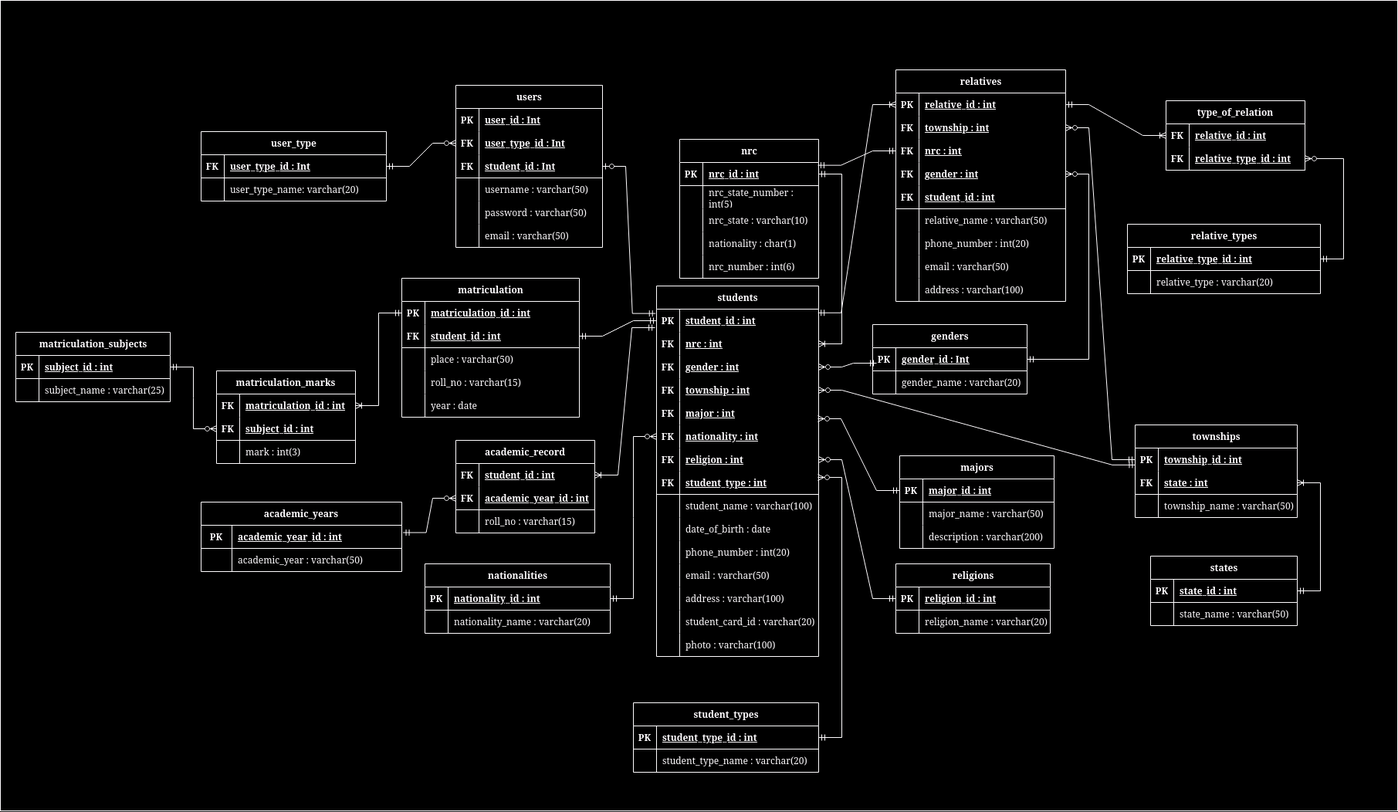
The draw.io diagram database/database.drawio.png in shinjir0u/StudentRegistrationSystem, before a commit. Source tidied: cells renumbered, new cells last; positions are measured from the earlier drawing's top-left corner, leaving out a move shared by most shapes.
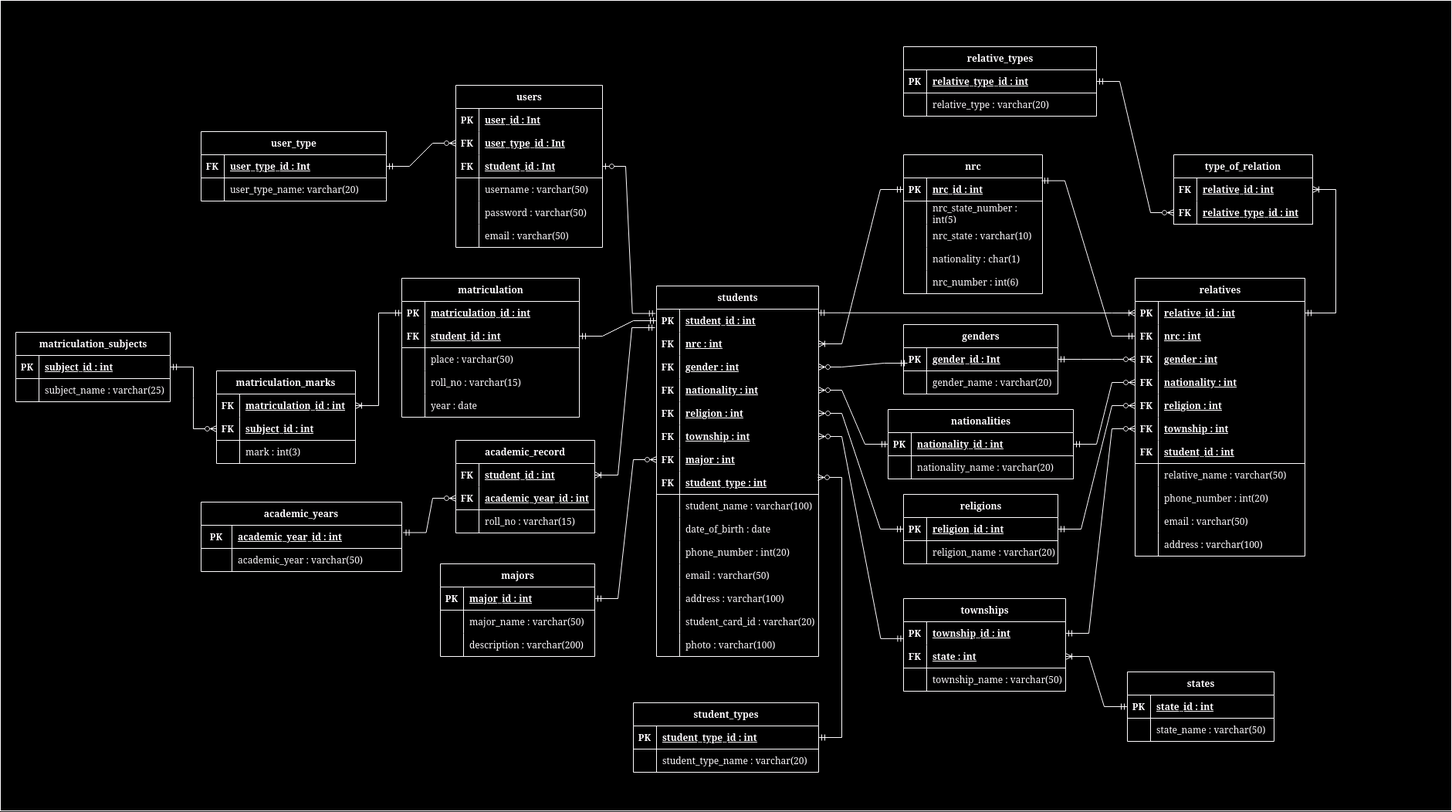
The same diagram one commit later.

Diff of the diagram source:
```diff
@@ -5,3 +5,3 @@
     <mxCell id="2" style="rounded=0;whiteSpace=wrap;html=1;" parent="1" vertex="1">
-      <mxGeometry y="360" width="1810" height="1050" as="geometry" />
+      <mxGeometry y="360" width="1880" height="1050" as="geometry" />
     </mxCell>
@@ -113,3 +113,3 @@
     <mxCell id="38" value="majors" style="shape=table;startSize=30;rowLines=0;fontStyle=1;align=center;html=1;" parent="1" vertex="1">
-      <mxGeometry x="1165" y="950" width="200" height="120" as="geometry" />
+      <mxGeometry x="570" y="1090" width="200" height="120" as="geometry" />
     </mxCell>
@@ -193,4 +193,22 @@
     </mxCell>
+    <mxCell id="71" style="shape=tableRow;horizontal=0;startSize=0;swimlaneHead=0;swimlaneBody=0;fillColor=none;points=[[0,0.5],[1,0.5]];portConstraint=eastwest;top=0;left=0;right=0;bottom=0;" parent="55" vertex="1">
+      <mxGeometry y="120" width="210" height="30" as="geometry" />
+    </mxCell>
+    <mxCell id="72" value="FK" style="shape=partialRectangle;fillColor=none;top=0;left=0;bottom=0;right=0;overflow=hidden;whiteSpace=wrap;html=1;fontStyle=1;" parent="71" vertex="1">
+      <mxGeometry width="30" height="30" as="geometry" />
+    </mxCell>
+    <mxCell id="73" value="nationality : int" style="shape=partialRectangle;fillColor=none;top=0;left=0;bottom=0;right=0;align=left;spacingLeft=6;overflow=hidden;whiteSpace=wrap;html=1;fontStyle=5;" parent="71" vertex="1">
+      <mxGeometry x="30" width="180" height="30" as="geometry" />
+    </mxCell>
+    <mxCell id="74" style="shape=tableRow;horizontal=0;startSize=0;swimlaneHead=0;swimlaneBody=0;fillColor=none;points=[[0,0.5],[1,0.5]];portConstraint=eastwest;top=0;left=0;right=0;bottom=0;" parent="55" vertex="1">
+      <mxGeometry y="150" width="210" height="30" as="geometry" />
+    </mxCell>
+    <mxCell id="75" value="FK" style="shape=partialRectangle;fillColor=none;top=0;left=0;bottom=0;right=0;overflow=hidden;whiteSpace=wrap;html=1;fontStyle=1;" parent="74" vertex="1">
+      <mxGeometry width="30" height="30" as="geometry" />
+    </mxCell>
+    <mxCell id="76" value="religion : int" style="shape=partialRectangle;fillColor=none;top=0;left=0;bottom=0;right=0;align=left;spacingLeft=6;overflow=hidden;whiteSpace=wrap;html=1;fontStyle=5;" parent="74" vertex="1">
+      <mxGeometry x="30" width="180" height="30" as="geometry" />
+    </mxCell>
     <mxCell id="65" style="shape=tableRow;horizontal=0;startSize=0;swimlaneHead=0;swimlaneBody=0;fillColor=none;points=[[0,0.5],[1,0.5]];portConstraint=eastwest;top=0;left=0;right=0;bottom=0;" parent="55" vertex="1">
-      <mxGeometry y="120" width="210" height="30" as="geometry" />
+      <mxGeometry y="180" width="210" height="30" as="geometry" />
     </mxCell>
@@ -203,3 +221,3 @@
     <mxCell id="68" style="shape=tableRow;horizontal=0;startSize=0;swimlaneHead=0;swimlaneBody=0;fillColor=none;points=[[0,0.5],[1,0.5]];portConstraint=eastwest;top=0;left=0;right=0;bottom=0;" parent="55" vertex="1">
-      <mxGeometry y="150" width="210" height="30" as="geometry" />
+      <mxGeometry y="210" width="210" height="30" as="geometry" />
     </mxCell>
@@ -211,20 +229,2 @@
     </mxCell>
-    <mxCell id="71" style="shape=tableRow;horizontal=0;startSize=0;swimlaneHead=0;swimlaneBody=0;fillColor=none;points=[[0,0.5],[1,0.5]];portConstraint=eastwest;top=0;left=0;right=0;bottom=0;" parent="55" vertex="1">
-      <mxGeometry y="180" width="210" height="30" as="geometry" />
-    </mxCell>
-    <mxCell id="72" value="FK" style="shape=partialRectangle;fillColor=none;top=0;left=0;bottom=0;right=0;overflow=hidden;whiteSpace=wrap;html=1;fontStyle=1;" parent="71" vertex="1">
-      <mxGeometry width="30" height="30" as="geometry" />
-    </mxCell>
-    <mxCell id="73" value="nationality : int" style="shape=partialRectangle;fillColor=none;top=0;left=0;bottom=0;right=0;align=left;spacingLeft=6;overflow=hidden;whiteSpace=wrap;html=1;fontStyle=5;" parent="71" vertex="1">
-      <mxGeometry x="30" width="180" height="30" as="geometry" />
-    </mxCell>
-    <mxCell id="74" style="shape=tableRow;horizontal=0;startSize=0;swimlaneHead=0;swimlaneBody=0;fillColor=none;points=[[0,0.5],[1,0.5]];portConstraint=eastwest;top=0;left=0;right=0;bottom=0;" parent="55" vertex="1">
-      <mxGeometry y="210" width="210" height="30" as="geometry" />
-    </mxCell>
-    <mxCell id="75" value="FK" style="shape=partialRectangle;fillColor=none;top=0;left=0;bottom=0;right=0;overflow=hidden;whiteSpace=wrap;html=1;fontStyle=1;" parent="74" vertex="1">
-      <mxGeometry width="30" height="30" as="geometry" />
-    </mxCell>
-    <mxCell id="76" value="religion : int" style="shape=partialRectangle;fillColor=none;top=0;left=0;bottom=0;right=0;align=left;spacingLeft=6;overflow=hidden;whiteSpace=wrap;html=1;fontStyle=5;" parent="74" vertex="1">
-      <mxGeometry x="30" width="180" height="30" as="geometry" />
-    </mxCell>
     <mxCell id="77" style="shape=tableRow;horizontal=0;startSize=0;swimlaneHead=0;swimlaneBody=0;fillColor=none;points=[[0,0.5],[1,0.5]];portConstraint=eastwest;top=0;left=0;right=0;bottom=1;" parent="55" vertex="1">
@@ -302,3 +302,3 @@
     <mxCell id="101" value="states" style="shape=table;startSize=30;rowLines=0;fontStyle=1;align=center;html=1;" parent="1" vertex="1">
-      <mxGeometry x="1490" y="1080" width="190" height="90" as="geometry" />
+      <mxGeometry x="1460" y="1230" width="190" height="90" as="geometry" />
     </mxCell>
@@ -323,3 +323,3 @@
     <mxCell id="108" value="townships" style="shape=table;startSize=30;rowLines=0;fontStyle=1;align=center;html=1;" parent="1" vertex="1">
-      <mxGeometry x="1470" y="910" width="210" height="120" as="geometry" />
+      <mxGeometry x="1170" y="1135" width="210" height="120" as="geometry" />
     </mxCell>
@@ -355,3 +355,3 @@
     </mxCell>
-    <mxCell id="119" style="edgeStyle=entityRelationEdgeStyle;fontSize=12;html=1;endArrow=ERoneToMany;startArrow=ERmandOne;rounded=0;entryX=1;entryY=0.5;entryDx=0;entryDy=0;exitX=1;exitY=0.5;exitDx=0;exitDy=0;" parent="1" edge="1" source="102" target="112">
+    <mxCell id="119" style="edgeStyle=entityRelationEdgeStyle;fontSize=12;html=1;endArrow=ERoneToMany;startArrow=ERmandOne;rounded=0;entryX=1;entryY=0.5;entryDx=0;entryDy=0;" parent="1" edge="1" source="102" target="112">
       <mxGeometry relative="1" as="geometry">
@@ -386,3 +386,3 @@
     </mxCell>
-    <mxCell id="128" style="edgeStyle=entityRelationEdgeStyle;fontSize=12;html=1;endArrow=ERzeroToMany;startArrow=ERmandOne;rounded=0;entryX=0.995;entryY=0.733;entryDx=0;entryDy=0;entryPerimeter=0;" parent="1" edge="1" source="39" target="68">
+    <mxCell id="128" style="edgeStyle=entityRelationEdgeStyle;fontSize=12;html=1;endArrow=ERzeroToMany;startArrow=ERmandOne;rounded=0;" parent="1" edge="1" source="39" target="68">
       <mxGeometry relative="1" as="geometry" />
@@ -390,3 +390,3 @@
     <mxCell id="129" value="nrc" style="shape=table;startSize=30;rowLines=0;fontStyle=1;align=center;html=1;" parent="1" vertex="1">
-      <mxGeometry x="880" y="540" width="180" height="180" as="geometry" />
+      <mxGeometry x="1170" y="560" width="180" height="180" as="geometry" />
     </mxCell>
@@ -542,3 +542,3 @@
     <mxCell id="177" value="relatives" style="shape=table;startSize=30;rowLines=0;fontStyle=1;align=center;html=1;" parent="1" vertex="1">
-      <mxGeometry x="1160" y="450" width="220" height="300" as="geometry" />
+      <mxGeometry x="1470" y="720" width="220" height="360" as="geometry" />
     </mxCell>
@@ -553,13 +553,4 @@
     </mxCell>
-    <mxCell id="181" style="shape=tableRow;horizontal=0;startSize=0;swimlaneHead=0;swimlaneBody=0;fillColor=none;points=[[0,0.5],[1,0.5]];portConstraint=eastwest;top=0;left=0;right=0;bottom=0;" parent="177" vertex="1">
-      <mxGeometry y="60" width="220" height="30" as="geometry" />
-    </mxCell>
-    <mxCell id="182" value="&lt;b&gt;FK&lt;/b&gt;" style="shape=partialRectangle;fillColor=none;top=0;left=0;bottom=0;right=0;overflow=hidden;whiteSpace=wrap;html=1;" parent="181" vertex="1">
-      <mxGeometry width="30" height="30" as="geometry" />
-    </mxCell>
-    <mxCell id="183" value="township : int" style="shape=partialRectangle;fillColor=none;top=0;left=0;bottom=0;right=0;align=left;spacingLeft=6;overflow=hidden;whiteSpace=wrap;html=1;fontStyle=5;" parent="181" vertex="1">
-      <mxGeometry x="30" width="190" height="30" as="geometry" />
-    </mxCell>
     <mxCell id="184" style="shape=tableRow;horizontal=0;startSize=0;swimlaneHead=0;swimlaneBody=0;fillColor=none;points=[[0,0.5],[1,0.5]];portConstraint=eastwest;top=0;left=0;right=0;bottom=0;" parent="177" vertex="1">
-      <mxGeometry y="90" width="220" height="30" as="geometry" />
+      <mxGeometry y="60" width="220" height="30" as="geometry" />
     </mxCell>
@@ -572,3 +563,3 @@
     <mxCell id="187" style="shape=tableRow;horizontal=0;startSize=0;swimlaneHead=0;swimlaneBody=0;fillColor=none;points=[[0,0.5],[1,0.5]];portConstraint=eastwest;top=0;left=0;right=0;bottom=0;" parent="177" vertex="1">
-      <mxGeometry y="120" width="220" height="30" as="geometry" />
+      <mxGeometry y="90" width="220" height="30" as="geometry" />
     </mxCell>
@@ -580,4 +571,31 @@
     </mxCell>
+    <mxCell id="259" style="shape=tableRow;horizontal=0;startSize=0;swimlaneHead=0;swimlaneBody=0;fillColor=none;points=[[0,0.5],[1,0.5]];portConstraint=eastwest;top=0;left=0;right=0;bottom=0;" parent="177" vertex="1">
+      <mxGeometry y="120" width="220" height="30" as="geometry" />
+    </mxCell>
+    <mxCell id="260" value="&lt;b&gt;FK&lt;/b&gt;" style="shape=partialRectangle;fillColor=none;top=0;left=0;bottom=0;right=0;overflow=hidden;whiteSpace=wrap;html=1;" parent="259" vertex="1">
+      <mxGeometry width="30" height="30" as="geometry" />
+    </mxCell>
+    <mxCell id="261" value="nationality : int" style="shape=partialRectangle;fillColor=none;top=0;left=0;bottom=0;right=0;align=left;spacingLeft=6;overflow=hidden;whiteSpace=wrap;html=1;fontStyle=5;" parent="259" vertex="1">
+      <mxGeometry x="30" width="190" height="30" as="geometry" />
+    </mxCell>
+    <mxCell id="262" style="shape=tableRow;horizontal=0;startSize=0;swimlaneHead=0;swimlaneBody=0;fillColor=none;points=[[0,0.5],[1,0.5]];portConstraint=eastwest;top=0;left=0;right=0;bottom=0;" parent="177" vertex="1">
+      <mxGeometry y="150" width="220" height="30" as="geometry" />
+    </mxCell>
+    <mxCell id="263" value="&lt;b&gt;FK&lt;/b&gt;" style="shape=partialRectangle;fillColor=none;top=0;left=0;bottom=0;right=0;overflow=hidden;whiteSpace=wrap;html=1;" parent="262" vertex="1">
+      <mxGeometry width="30" height="30" as="geometry" />
+    </mxCell>
+    <mxCell id="264" value="religion : int" style="shape=partialRectangle;fillColor=none;top=0;left=0;bottom=0;right=0;align=left;spacingLeft=6;overflow=hidden;whiteSpace=wrap;html=1;fontStyle=5;" parent="262" vertex="1">
+      <mxGeometry x="30" width="190" height="30" as="geometry" />
+    </mxCell>
+    <mxCell id="181" style="shape=tableRow;horizontal=0;startSize=0;swimlaneHead=0;swimlaneBody=0;fillColor=none;points=[[0,0.5],[1,0.5]];portConstraint=eastwest;top=0;left=0;right=0;bottom=0;" parent="177" vertex="1">
+      <mxGeometry y="180" width="220" height="30" as="geometry" />
+    </mxCell>
+    <mxCell id="182" value="&lt;b&gt;FK&lt;/b&gt;" style="shape=partialRectangle;fillColor=none;top=0;left=0;bottom=0;right=0;overflow=hidden;whiteSpace=wrap;html=1;" parent="181" vertex="1">
+      <mxGeometry width="30" height="30" as="geometry" />
+    </mxCell>
+    <mxCell id="183" value="township : int" style="shape=partialRectangle;fillColor=none;top=0;left=0;bottom=0;right=0;align=left;spacingLeft=6;overflow=hidden;whiteSpace=wrap;html=1;fontStyle=5;" parent="181" vertex="1">
+      <mxGeometry x="30" width="190" height="30" as="geometry" />
+    </mxCell>
     <mxCell id="190" style="shape=tableRow;horizontal=0;startSize=0;swimlaneHead=0;swimlaneBody=0;fillColor=none;top=0;left=0;right=0;bottom=1;" parent="177" vertex="1">
-      <mxGeometry y="150" width="220" height="30" as="geometry" />
+      <mxGeometry y="210" width="220" height="30" as="geometry" />
     </mxCell>
@@ -590,3 +608,3 @@
     <mxCell id="193" style="shape=tableRow;horizontal=0;startSize=0;swimlaneHead=0;swimlaneBody=0;fillColor=none;top=0;left=0;right=0;bottom=0;" parent="177" vertex="1">
-      <mxGeometry y="180" width="220" height="30" as="geometry" />
+      <mxGeometry y="240" width="220" height="30" as="geometry" />
     </mxCell>
@@ -599,3 +617,3 @@
     <mxCell id="196" style="shape=tableRow;horizontal=0;startSize=0;swimlaneHead=0;swimlaneBody=0;fillColor=none;top=0;left=0;right=0;bottom=0;" parent="177" vertex="1">
-      <mxGeometry y="210" width="220" height="30" as="geometry" />
+      <mxGeometry y="270" width="220" height="30" as="geometry" />
     </mxCell>
@@ -608,3 +626,3 @@
     <mxCell id="199" style="shape=tableRow;horizontal=0;startSize=0;swimlaneHead=0;swimlaneBody=0;fillColor=none;top=0;left=0;right=0;bottom=0;" parent="177" vertex="1">
-      <mxGeometry y="240" width="220" height="30" as="geometry" />
+      <mxGeometry y="300" width="220" height="30" as="geometry" />
     </mxCell>
@@ -617,3 +635,3 @@
     <mxCell id="202" style="shape=tableRow;horizontal=0;startSize=0;swimlaneHead=0;swimlaneBody=0;fillColor=none;top=0;left=0;right=0;bottom=0;" parent="177" vertex="1">
-      <mxGeometry y="270" width="220" height="30" as="geometry" />
+      <mxGeometry y="330" width="220" height="30" as="geometry" />
     </mxCell>
@@ -626,3 +644,3 @@
     <mxCell id="205" value="relative_types" style="shape=table;startSize=30;rowLines=0;fontStyle=1;align=center;html=1;" parent="1" vertex="1">
-      <mxGeometry x="1460" y="650" width="250" height="90" as="geometry" />
+      <mxGeometry x="1170" y="420" width="250" height="90" as="geometry" />
     </mxCell>
@@ -653,3 +671,3 @@
     </mxCell>
-    <mxCell id="213" style="edgeStyle=entityRelationEdgeStyle;fontSize=12;html=1;endArrow=ERzeroToMany;startArrow=ERmandOne;rounded=0;exitX=0;exitY=0.5;exitDx=0;exitDy=0;entryX=1;entryY=0.5;entryDx=0;entryDy=0;" parent="1" edge="1" source="109" target="181">
+    <mxCell id="213" style="edgeStyle=entityRelationEdgeStyle;fontSize=12;html=1;endArrow=ERzeroToMany;startArrow=ERmandOne;rounded=0;exitX=1;exitY=0.5;exitDx=0;exitDy=0;entryX=0;entryY=0.5;entryDx=0;entryDy=0;" parent="1" edge="1" source="109" target="181">
       <mxGeometry relative="1" as="geometry">
@@ -665,3 +683,3 @@
     <mxCell id="215" value="religions" style="shape=table;startSize=30;rowLines=0;fontStyle=1;align=center;html=1;" parent="1" vertex="1">
-      <mxGeometry x="1160" y="1090" width="200" height="90" as="geometry" />
+      <mxGeometry x="1170" y="1000" width="200" height="90" as="geometry" />
     </mxCell>
@@ -686,3 +704,3 @@
     <mxCell id="222" value="nationalities" style="shape=table;startSize=30;rowLines=0;fontStyle=1;align=center;html=1;" parent="1" vertex="1">
-      <mxGeometry x="550" y="1090" width="240" height="90" as="geometry" />
+      <mxGeometry x="1150" y="890" width="240" height="90" as="geometry" />
     </mxCell>
@@ -709,3 +727,3 @@
     </mxCell>
-    <mxCell id="230" style="edgeStyle=entityRelationEdgeStyle;fontSize=12;html=1;endArrow=ERzeroToMany;startArrow=ERmandOne;rounded=0;exitX=1;exitY=0.5;exitDx=0;exitDy=0;entryX=0;entryY=0.5;entryDx=0;entryDy=0;" parent="1" edge="1" source="223" target="71">
+    <mxCell id="230" style="edgeStyle=entityRelationEdgeStyle;fontSize=12;html=1;endArrow=ERzeroToMany;startArrow=ERmandOne;rounded=0;exitX=0;exitY=0.5;exitDx=0;exitDy=0;entryX=1;entryY=0.5;entryDx=0;entryDy=0;" parent="1" edge="1" source="223" target="71">
       <mxGeometry relative="1" as="geometry" />
@@ -715,3 +733,3 @@
     </mxCell>
-    <mxCell id="232" style="edgeStyle=entityRelationEdgeStyle;fontSize=12;html=1;endArrow=ERoneToMany;startArrow=ERmandOne;rounded=0;entryX=1;entryY=0.5;entryDx=0;entryDy=0;exitX=1;exitY=0.5;exitDx=0;exitDy=0;" parent="1" edge="1" source="130" target="59">
+    <mxCell id="232" style="edgeStyle=entityRelationEdgeStyle;fontSize=12;html=1;endArrow=ERoneToMany;startArrow=ERmandOne;rounded=0;entryX=1;entryY=0.5;entryDx=0;entryDy=0;exitX=0;exitY=0.5;exitDx=0;exitDy=0;" parent="1" edge="1" source="130" target="59">
       <mxGeometry relative="1" as="geometry" />
@@ -743,3 +761,3 @@
     <mxCell id="241" value="genders" style="shape=table;startSize=30;rowLines=0;fontStyle=1;align=center;html=1;" parent="1" vertex="1">
-      <mxGeometry x="1130" y="780" width="200" height="90" as="geometry" />
+      <mxGeometry x="1170" y="780" width="200" height="90" as="geometry" />
     </mxCell>
@@ -779,3 +797,3 @@
     <mxCell id="250" value="type_of_relation" style="shape=table;startSize=30;rowLines=0;fontStyle=1;align=center;html=1;whiteSpace=wrap;" parent="1" vertex="1">
-      <mxGeometry x="1510" y="490" width="180" height="90" as="geometry" />
+      <mxGeometry x="1520" y="560" width="180" height="90" as="geometry" />
     </mxCell>
@@ -799,8 +817,14 @@
     </mxCell>
-    <mxCell id="257" style="edgeStyle=entityRelationEdgeStyle;fontSize=12;html=1;endArrow=ERoneToMany;startArrow=ERmandOne;rounded=0;exitX=1;exitY=0.5;exitDx=0;exitDy=0;entryX=0;entryY=0.5;entryDx=0;entryDy=0;" parent="1" edge="1" source="178" target="251">
+    <mxCell id="257" style="edgeStyle=entityRelationEdgeStyle;fontSize=12;html=1;endArrow=ERoneToMany;startArrow=ERmandOne;rounded=0;exitX=1;exitY=0.5;exitDx=0;exitDy=0;" parent="1" edge="1" source="178" target="251">
       <mxGeometry relative="1" as="geometry" />
     </mxCell>
-    <mxCell id="258" style="edgeStyle=entityRelationEdgeStyle;fontSize=12;html=1;endArrow=ERzeroToMany;startArrow=ERmandOne;rounded=0;entryX=1;entryY=0.5;entryDx=0;entryDy=0;" parent="1" edge="1" source="206" target="254">
+    <mxCell id="258" style="edgeStyle=entityRelationEdgeStyle;fontSize=12;html=1;endArrow=ERzeroToMany;startArrow=ERmandOne;rounded=0;" parent="1" edge="1" source="206" target="254">
       <mxGeometry relative="1" as="geometry" />
     </mxCell>
+    <mxCell id="265" style="edgeStyle=entityRelationEdgeStyle;fontSize=12;html=1;endArrow=ERzeroToMany;startArrow=ERmandOne;rounded=0;exitX=1;exitY=0.5;exitDx=0;exitDy=0;entryX=0;entryY=0.5;entryDx=0;entryDy=0;" parent="1" edge="1" source="223" target="259">
+      <mxGeometry relative="1" as="geometry" />
+    </mxCell>
+    <mxCell id="266" style="edgeStyle=entityRelationEdgeStyle;fontSize=12;html=1;endArrow=ERzeroToMany;startArrow=ERmandOne;rounded=0;entryX=0;entryY=0.5;entryDx=0;entryDy=0;" parent="1" edge="1" source="216" target="262">
+      <mxGeometry relative="1" as="geometry" />
+    </mxCell>
   </root>
```
